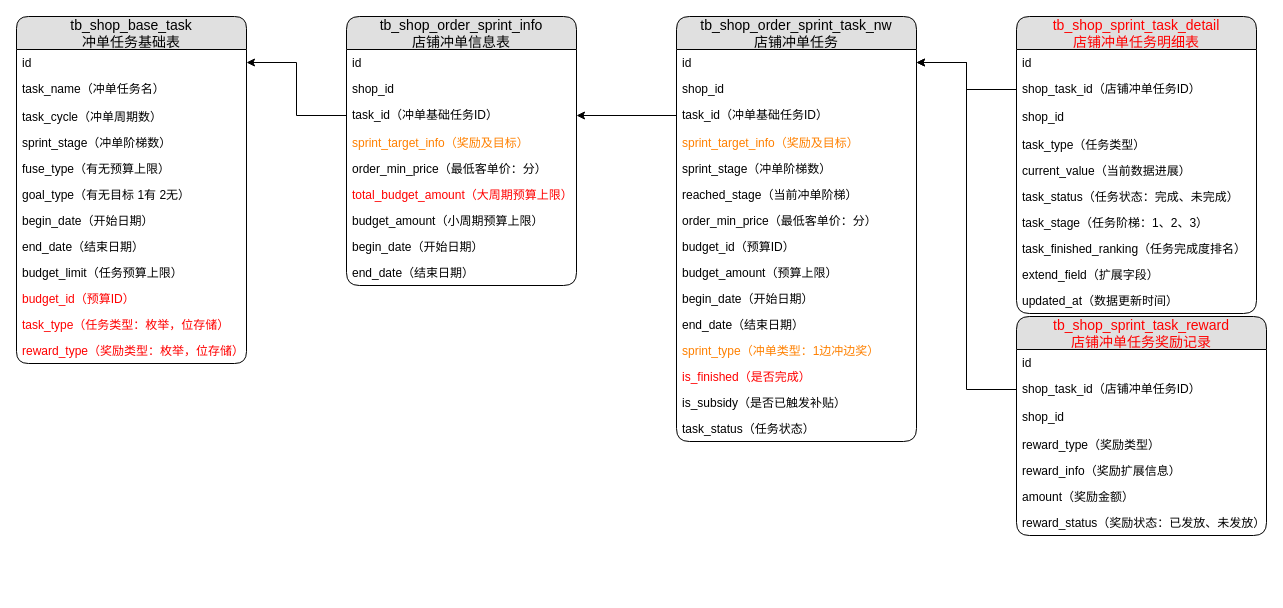
This is page "ER图" (5 of 5) of 疫情春保.drawio from jon-kong/draw.io, a draw.io file, before an edit. Source tidied: cells renumbered, new cells numbered last; positions are measured from the earlier drawing's top-left corner, leaving out a move shared by most shapes. Both pictures are drawn from the tidied source at 100%, with x=0, y=0 at pixel (16, 16).
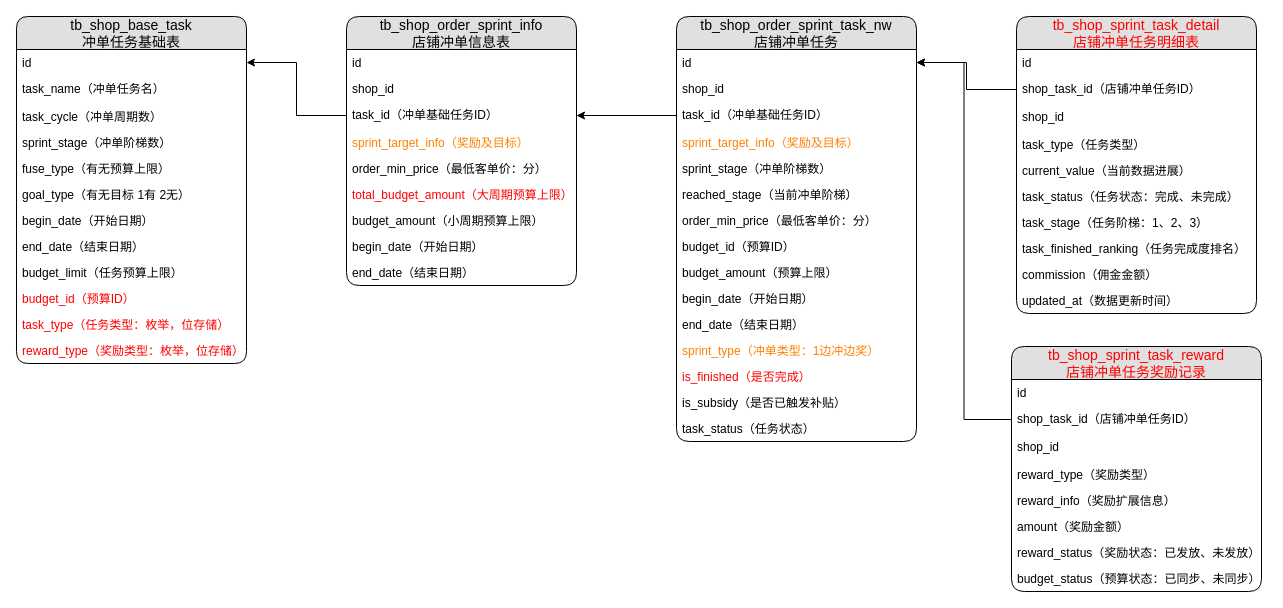
The same page after the edit.

Unchanged cells that the change refers to:
```xml
<mxCell id="43" value="tb_shop_sprint_task_detail&#10;店铺冲单任务明细表" style="swimlane;fontStyle=0;horizontal=1;startSize=33;fillColor=#e0e0e0;swimlaneFillColor=#ffffff;align=center;fontSize=14;rounded=1;arcSize=13;fontColor=#FF0000;" parent="1" vertex="1">
  <mxGeometry x="1000" width="240" height="297" as="geometry" />
</mxCell>
```

Diff of the diagram source:
```diff
@@
-    <mxCell id="52" value="extend_field（扩展字段）" style="text;strokeColor=none;fillColor=none;spacingLeft=4;spacingRight=4;overflow=hidden;fontSize=12;" parent="43" vertex="1">
+    <mxCell id="52" value="commission（佣金金额）" style="text;strokeColor=none;fillColor=none;spacingLeft=4;spacingRight=4;overflow=hidden;fontSize=12;" parent="43" vertex="1">
       <mxGeometry y="245" width="240" height="26" as="geometry" />
     </mxCell>
@@
     <mxCell id="55" value="tb_shop_sprint_task_reward&#10;店铺冲单任务奖励记录" style="swimlane;fontStyle=0;horizontal=1;startSize=33;fillColor=#e0e0e0;swimlaneFillColor=#ffffff;align=center;fontSize=14;rounded=1;arcSize=13;fontColor=#FF0000;" parent="1" vertex="1">
-      <mxGeometry x="1000" y="300" width="250" height="219" as="geometry" />
+      <mxGeometry x="995" y="330" width="250" height="245" as="geometry" />
     </mxCell>
@@
+    <mxCell id="64" value="budget_status（预算状态：已同步、未同步）" style="text;strokeColor=none;fillColor=none;spacingLeft=4;spacingRight=4;overflow=hidden;fontSize=12;" parent="55" vertex="1">
+      <mxGeometry y="219" width="250" height="26" as="geometry" />
+    </mxCell>
```
